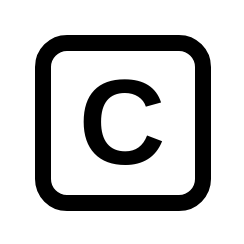
Before: images/letters/letter.drawio in printfoo/printfoo.github.io, a draw.io diagram. Source tidied: cells renumbered, new cells numbered last; positions are measured from the earlier drawing's top-left corner, leaving out a move shared by most shapes. Both pictures are drawn from the tidied source at 200%, with x=0, y=0 at pixel (42, 42).
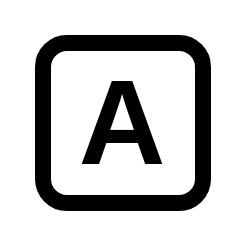
Above is the later version.

Change to the diagram source:
```diff
@@
 <mxGraphModel>
   <root>
     <mxCell id="0" />
     <mxCell id="1" parent="0" />
-    <mxCell id="2" value="C" style="whiteSpace=wrap;html=1;rounded=1;strokeWidth=8;fontFamily=Helvetica;fontSize=60;fontStyle=1;" parent="1" vertex="1">
+    <mxCell id="2" value="A" style="whiteSpace=wrap;html=1;rounded=1;strokeWidth=8;fontFamily=Helvetica;fontSize=60;fontStyle=1;" parent="1" vertex="1">
       <mxGeometry width="80" height="80" as="geometry" />
     </mxCell>
   </root>
 </mxGraphModel>
```
